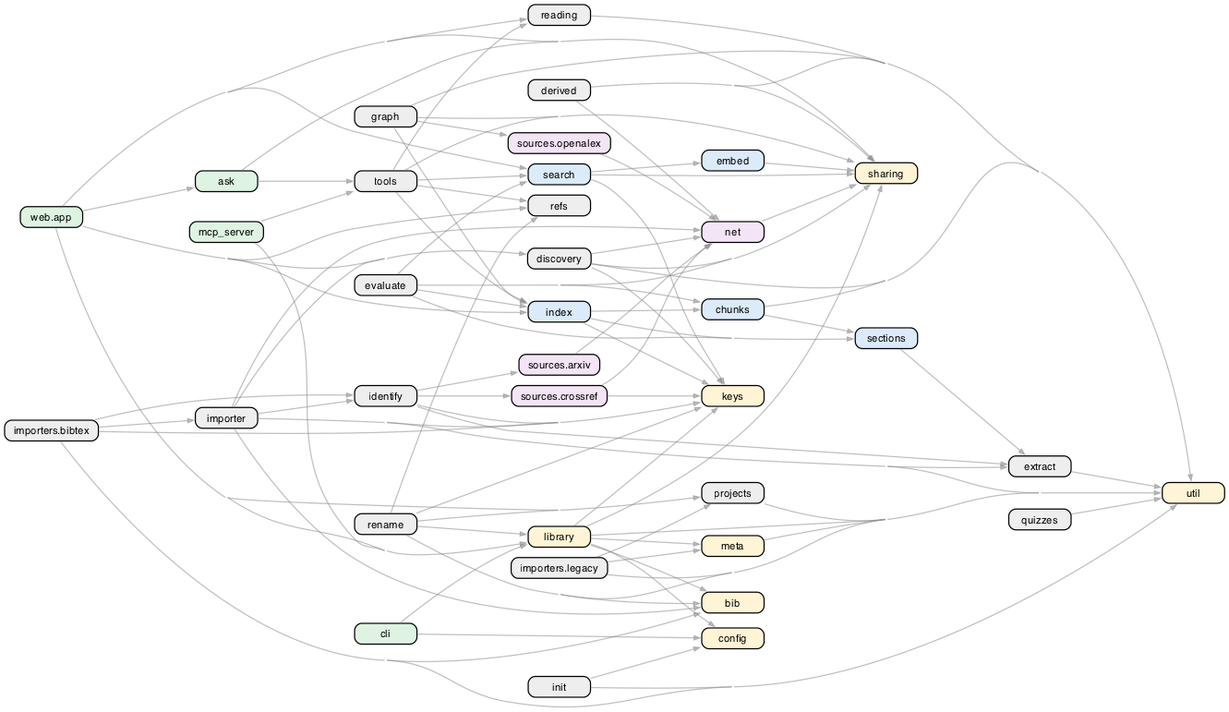
The Graphviz diagram docs/architecture/diagrams/modules.png in markmuetz/litnav, before a commit. Its source is kept beside it as docs/architecture/diagrams/modules.dot. Source of this version:
```dot
digraph G { graph [rankdir=LR, fontname="Helvetica", ranksep=1.1, nodesep=0.12, concentrate=true];
 node [fontname="Helvetica", fontsize=9, shape=box, style="rounded,filled", height=0.25];
 edge [color="#88888888", arrowsize=0.5];
 "ask" [fillcolor="#DFF3E3"];
 "bib" [fillcolor="#FFF4D6"];
 "chunks" [fillcolor="#DCEBFA"];
 "cli" [fillcolor="#DFF3E3"];
 "config" [fillcolor="#FFF4D6"];
 "derived" [fillcolor="#EEEEEE"];
 "discovery" [fillcolor="#EEEEEE"];
 "embed" [fillcolor="#DCEBFA"];
 "evaluate" [fillcolor="#EEEEEE"];
 "extract" [fillcolor="#EEEEEE"];
 "graph" [fillcolor="#EEEEEE"];
 "identify" [fillcolor="#EEEEEE"];
 "importer" [fillcolor="#EEEEEE"];
 "importers.bibtex" [fillcolor="#EEEEEE"];
 "importers.legacy" [fillcolor="#EEEEEE"];
 "index" [fillcolor="#DCEBFA"];
 "init" [fillcolor="#EEEEEE"];
 "keys" [fillcolor="#FFF4D6"];
 "library" [fillcolor="#FFF4D6"];
 "mcp_server" [fillcolor="#DFF3E3"];
 "meta" [fillcolor="#FFF4D6"];
 "net" [fillcolor="#F3E5F5"];
 "projects" [fillcolor="#EEEEEE"];
 "quizzes" [fillcolor="#EEEEEE"];
 "reading" [fillcolor="#EEEEEE"];
 "refs" [fillcolor="#EEEEEE"];
 "rename" [fillcolor="#EEEEEE"];
 "search" [fillcolor="#DCEBFA"];
 "sections" [fillcolor="#DCEBFA"];
 "sharing" [fillcolor="#FFF4D6"];
 "sources.arxiv" [fillcolor="#F3E5F5"];
 "sources.crossref" [fillcolor="#F3E5F5"];
 "sources.openalex" [fillcolor="#F3E5F5"];
 "tools" [fillcolor="#EEEEEE"];
 "util" [fillcolor="#FFF4D6"];
 "web.app" [fillcolor="#DFF3E3"];
 "ask" -> "sharing";
 "ask" -> "tools";
 "chunks" -> "sections";
 "chunks" -> "util";
 "cli" -> "config";
 "cli" -> "library";
 "derived" -> "net";
 "derived" -> "sharing";
 "derived" -> "util";
 "discovery" -> "keys";
 "discovery" -> "net";
 "discovery" -> "sharing";
 "discovery" -> "util";
 "embed" -> "sharing";
 "evaluate" -> "chunks";
 "evaluate" -> "index";
 "evaluate" -> "search";
 "evaluate" -> "sections";
 "evaluate" -> "sharing";
 "extract" -> "util";
 "graph" -> "index";
 "graph" -> "sharing";
 "graph" -> "sources.openalex";
 "graph" -> "util";
 "identify" -> "extract";
 "identify" -> "keys";
 "identify" -> "sources.arxiv";
 "identify" -> "sources.crossref";
 "importer" -> "bib";
 "importer" -> "discovery";
 "importer" -> "extract";
 "importer" -> "identify";
 "importer" -> "keys";
 "importer" -> "net";
 "importer" -> "util";
 "importers.bibtex" -> "bib";
 "importers.bibtex" -> "identify";
 "importers.bibtex" -> "importer";
 "importers.bibtex" -> "keys";
 "importers.bibtex" -> "util";
 "importers.legacy" -> "meta";
 "importers.legacy" -> "projects";
 "importers.legacy" -> "util";
 "index" -> "chunks";
 "index" -> "keys";
 "index" -> "sections";
 "init" -> "config";
 "init" -> "util";
 "library" -> "bib";
 "library" -> "config";
 "library" -> "keys";
 "library" -> "meta";
 "library" -> "sharing";
 "library" -> "util";
 "mcp_server" -> "library";
 "mcp_server" -> "tools";
 "meta" -> "util";
 "net" -> "sharing";
 "projects" -> "util";
 "quizzes" -> "util";
 "reading" -> "util";
 "rename" -> "bib";
 "rename" -> "keys";
 "rename" -> "library";
 "rename" -> "projects";
 "rename" -> "refs";
 "rename" -> "util";
 "search" -> "embed";
 "search" -> "keys";
 "search" -> "sharing";
 "sections" -> "extract";
 "sources.arxiv" -> "net";
 "sources.crossref" -> "keys";
 "sources.crossref" -> "net";
 "sources.openalex" -> "net";
 "tools" -> "index";
 "tools" -> "reading";
 "tools" -> "refs";
 "tools" -> "search";
 "tools" -> "sharing";
 "web.app" -> "ask";
 "web.app" -> "discovery";
 "web.app" -> "index";
 "web.app" -> "library";
 "web.app" -> "projects";
 "web.app" -> "reading";
 "web.app" -> "refs";
 "web.app" -> "search";
 "web.app" -> "sharing";
}
```
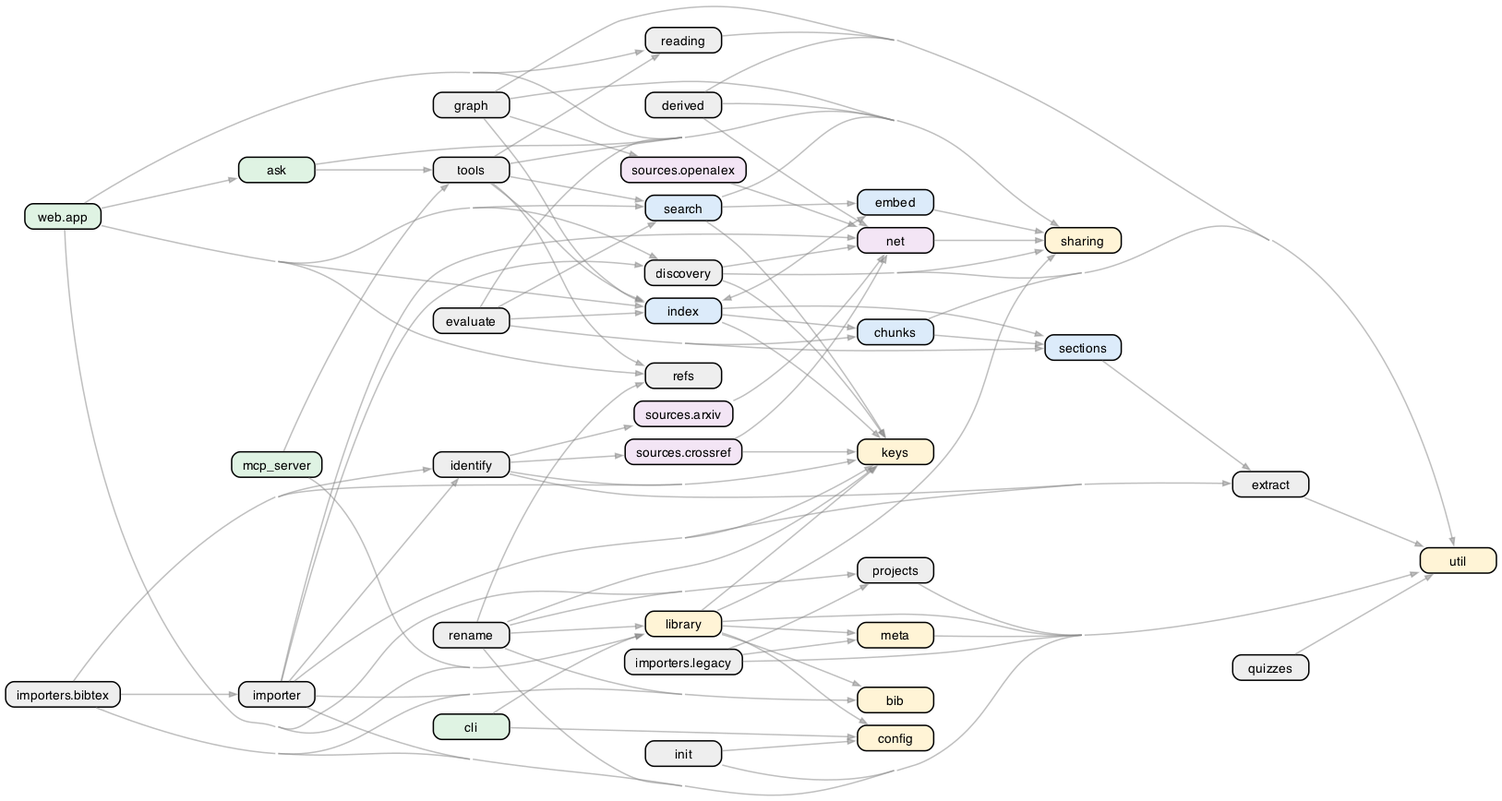
Later version of the same file.

Diff of the diagram source:
```diff
@@ -50,6 +50,7 @@
  "discovery" -> "net";
  "discovery" -> "sharing";
  "discovery" -> "util";
+ "embed" -> "index";
  "embed" -> "sharing";
  "evaluate" -> "chunks";
  "evaluate" -> "index";
@@ -81,6 +82,7 @@
  "importers.legacy" -> "projects";
  "importers.legacy" -> "util";
  "index" -> "chunks";
+ "index" -> "embed";
  "index" -> "keys";
  "index" -> "sections";
  "init" -> "config";
```
